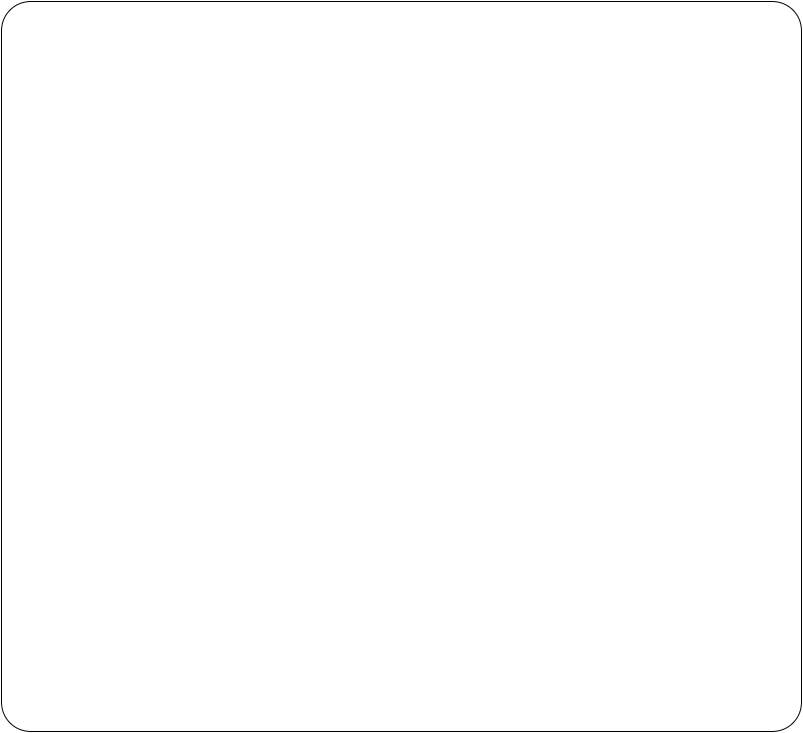
Above: docs/wireframes/root_review.png in keldonia/nighttyme (draw.io), before the change. Source tidied: cells renumbered, new cells last; positions are measured from the earlier drawing's top-left corner, leaving out a move shared by most shapes. The source it was exported from:
```xml
<mxGraphModel background="#ffffff">
  <root>
    <mxCell id="0" />
    <mxCell id="1" parent="0" />
    <mxCell id="2" style="rounded=1;whiteSpace=wrap;html=1;gradientColor=none;align=left;arcSize=4;" parent="1" vertex="1">
      <mxGeometry width="800" height="730" as="geometry" />
    </mxCell>
  </root>
</mxGraphModel>
```
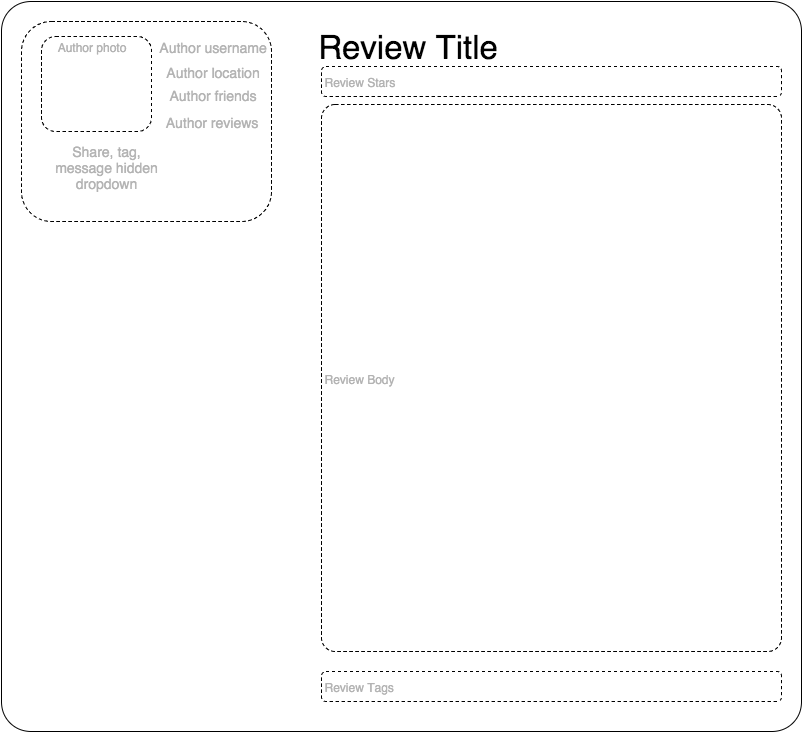
Above is the later version.

Commit message:
additional root wireframes

What changed in the source:
```diff
@@ -5,5 +5,44 @@
     <mxCell id="2" style="rounded=1;whiteSpace=wrap;html=1;gradientColor=none;align=left;arcSize=4;" parent="1" vertex="1">
       <mxGeometry width="800" height="730" as="geometry" />
     </mxCell>
+    <mxCell id="3" value="&lt;div style=&quot;text-align: left&quot;&gt;&lt;span style=&quot;line-height: 1.2&quot;&gt;&lt;font style=&quot;font-size: 33px&quot;&gt;Review Title&lt;/font&gt;&lt;/span&gt;&lt;/div&gt;" style="text;html=1;strokeColor=none;fillColor=none;align=center;verticalAlign=middle;whiteSpace=wrap;overflow=hidden;" parent="1" vertex="1">
+      <mxGeometry x="280" y="20" width="250" height="50" as="geometry" />
+    </mxCell>
+    <mxCell id="4" style="rounded=1;whiteSpace=wrap;html=1;gradientColor=none;align=left;dashed=1;" parent="1" vertex="1">
+      <mxGeometry x="20" y="20" width="250" height="200" as="geometry" />
+    </mxCell>
+    <mxCell id="5" value="&lt;font style=&quot;font-size: 14px&quot; color=&quot;#b3b3b3&quot;&gt;Author username&lt;/font&gt;" style="text;html=1;strokeColor=none;fillColor=none;align=center;verticalAlign=middle;whiteSpace=wrap;overflow=hidden;dashed=1;" parent="1" vertex="1">
+      <mxGeometry x="150" y="35" width="120" height="20" as="geometry" />
+    </mxCell>
+    <mxCell id="6" style="rounded=1;whiteSpace=wrap;html=1;dashed=1;gradientColor=none;align=left;" parent="1" vertex="1">
+      <mxGeometry x="40" y="35" width="110" height="95" as="geometry" />
+    </mxCell>
+    <mxCell id="7" value="&lt;font color=&quot;#b3b3b3&quot;&gt;Author photo&lt;/font&gt;" style="text;html=1;strokeColor=none;fillColor=none;align=center;verticalAlign=middle;whiteSpace=wrap;overflow=hidden;dashed=1;" parent="1" vertex="1">
+      <mxGeometry x="50" y="35" width="80" height="20" as="geometry" />
+    </mxCell>
+    <mxCell id="8" value="&lt;div style=&quot;text-align: left&quot;&gt;&lt;span style=&quot;font-size: 14px ; color: rgb(179 , 179 , 179) ; line-height: 1.2&quot;&gt;Author location&lt;/span&gt;&lt;/div&gt;" style="text;html=1;strokeColor=none;fillColor=none;align=center;verticalAlign=middle;whiteSpace=wrap;overflow=hidden;dashed=1;" parent="1" vertex="1">
+      <mxGeometry x="150" y="60" width="120" height="20" as="geometry" />
+    </mxCell>
+    <mxCell id="9" value="&lt;font style=&quot;font-size: 14px&quot; color=&quot;#b3b3b3&quot;&gt;Author friends&lt;/font&gt;" style="text;html=1;strokeColor=none;fillColor=none;align=center;verticalAlign=middle;whiteSpace=wrap;overflow=hidden;dashed=1;" parent="1" vertex="1">
+      <mxGeometry x="150" y="83" width="120" height="20" as="geometry" />
+    </mxCell>
+    <mxCell id="10" value="&lt;font style=&quot;font-size: 14px&quot; color=&quot;#b3b3b3&quot;&gt;Author reviews&lt;/font&gt;" style="text;html=1;strokeColor=none;fillColor=none;align=center;verticalAlign=middle;whiteSpace=wrap;overflow=hidden;dashed=1;" parent="1" vertex="1">
+      <mxGeometry x="150" y="110" width="120" height="20" as="geometry" />
+    </mxCell>
+    <mxCell id="11" value="&lt;font style=&quot;font-size: 14px&quot; color=&quot;#b3b3b3&quot;&gt;Share, tag, message hidden dropdown&lt;/font&gt;&lt;div&gt;&lt;font style=&quot;font-size: 14px&quot; color=&quot;#b3b3b3&quot;&gt;&lt;br&gt;&lt;/font&gt;&lt;/div&gt;" style="text;html=1;strokeColor=none;fillColor=none;align=center;verticalAlign=middle;whiteSpace=wrap;overflow=hidden;dashed=1;" parent="1" vertex="1">
+      <mxGeometry x="40" y="140" width="130" height="60" as="geometry" />
+    </mxCell>
+    <mxCell id="12" value="&lt;font color=&quot;#b3b3b3&quot;&gt;Review Stars&lt;/font&gt;" style="rounded=1;whiteSpace=wrap;html=1;dashed=1;gradientColor=none;align=left;" parent="1" vertex="1">
+      <mxGeometry x="320" y="65" width="460" height="30" as="geometry" />
+    </mxCell>
+    <mxCell id="13" value="&lt;font color=&quot;#b3b3b3&quot;&gt;Review Body&lt;/font&gt;" style="rounded=1;whiteSpace=wrap;html=1;gradientColor=none;align=left;arcSize=3;dashed=1;" parent="1" vertex="1">
+      <mxGeometry x="320" y="103" width="460" height="547" as="geometry" />
+    </mxCell>
+    <mxCell id="14" style="edgeStyle=orthogonalEdgeStyle;rounded=0;html=1;exitX=0.5;exitY=1;jettySize=auto;orthogonalLoop=1;" parent="1" edge="1" source="13" target="13">
+      <mxGeometry relative="1" as="geometry" />
+    </mxCell>
+    <mxCell id="15" value="&lt;font color=&quot;#b3b3b3&quot;&gt;Review Tags&lt;/font&gt;" style="rounded=1;whiteSpace=wrap;html=1;dashed=1;gradientColor=none;align=left;" parent="1" vertex="1">
+      <mxGeometry x="320" y="670" width="460" height="30" as="geometry" />
+    </mxCell>
   </root>
 </mxGraphModel>
```
